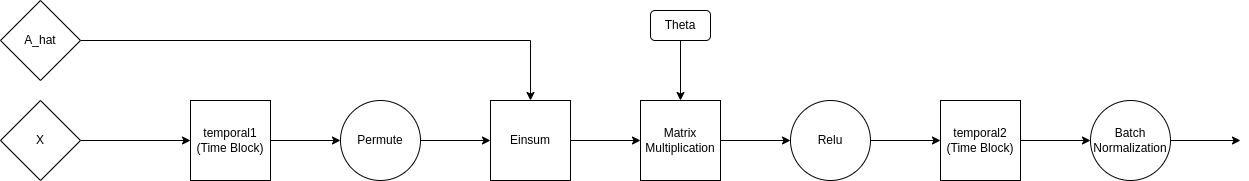
Before: diagrams/spatial_block.png, a diagram exported from draw.io (oscarcrowley1/thesis). Source tidied: cells renumbered, new cells last; positions are measured from the earlier drawing's top-left corner, leaving out a move shared by most shapes. Its diagram source:
```xml
<mxGraphModel>
  <root>
    <mxCell id="0" />
    <mxCell id="1" parent="0" />
    <mxCell id="2" style="edgeStyle=orthogonalEdgeStyle;rounded=0;jettySize=auto;html=1;exitX=1;exitY=0.5;exitDx=0;exitDy=0;entryX=0;entryY=0.5;entryDx=0;entryDy=0;" parent="1" edge="1" source="4" target="6">
      <mxGeometry relative="1" as="geometry" />
    </mxCell>
    <mxCell id="3" style="edgeStyle=orthogonalEdgeStyle;rounded=0;jettySize=auto;html=1;entryX=0.5;entryY=0;entryDx=0;entryDy=0;" parent="1" edge="1" target="9">
      <mxGeometry relative="1" as="geometry">
        <mxPoint x="80" y="40" as="sourcePoint" />
      </mxGeometry>
    </mxCell>
    <mxCell id="4" value="temporal1&lt;br&gt;(Time Block)" style="whiteSpace=wrap;html=1;" parent="1" vertex="1">
      <mxGeometry x="190" y="100" width="80" height="80" as="geometry" />
    </mxCell>
    <mxCell id="5" style="edgeStyle=orthogonalEdgeStyle;rounded=0;jettySize=auto;html=1;exitX=1;exitY=0.5;exitDx=0;exitDy=0;entryX=0;entryY=0.5;entryDx=0;entryDy=0;" parent="1" edge="1" source="6" target="9">
      <mxGeometry relative="1" as="geometry" />
    </mxCell>
    <mxCell id="6" value="Permute" style="ellipse;whiteSpace=wrap;html=1;" parent="1" vertex="1">
      <mxGeometry x="340" y="100" width="80" height="80" as="geometry" />
    </mxCell>
    <mxCell id="7" style="edgeStyle=orthogonalEdgeStyle;rounded=0;jettySize=auto;html=1;exitX=1;exitY=0.5;exitDx=0;exitDy=0;entryX=0;entryY=0.5;entryDx=0;entryDy=0;" parent="1" edge="1" source="9" target="11">
      <mxGeometry relative="1" as="geometry" />
    </mxCell>
    <mxCell id="8" style="edgeStyle=orthogonalEdgeStyle;rounded=0;jettySize=auto;html=1;entryX=0.5;entryY=0;entryDx=0;entryDy=0;" parent="1" edge="1" target="11">
      <mxGeometry relative="1" as="geometry">
        <mxPoint x="680" y="40" as="sourcePoint" />
      </mxGeometry>
    </mxCell>
    <mxCell id="9" value="Einsum" style="whiteSpace=wrap;html=1;" parent="1" vertex="1">
      <mxGeometry x="490" y="100" width="80" height="80" as="geometry" />
    </mxCell>
    <mxCell id="10" style="edgeStyle=orthogonalEdgeStyle;rounded=0;jettySize=auto;html=1;exitX=1;exitY=0.5;exitDx=0;exitDy=0;entryX=0;entryY=0.5;entryDx=0;entryDy=0;" parent="1" edge="1" source="11" target="13">
      <mxGeometry relative="1" as="geometry" />
    </mxCell>
    <mxCell id="11" value="Matrix Multiplication" style="whiteSpace=wrap;html=1;" parent="1" vertex="1">
      <mxGeometry x="640" y="100" width="80" height="80" as="geometry" />
    </mxCell>
    <mxCell id="12" style="edgeStyle=orthogonalEdgeStyle;rounded=0;jettySize=auto;html=1;exitX=1;exitY=0.5;exitDx=0;exitDy=0;entryX=0;entryY=0.5;entryDx=0;entryDy=0;" parent="1" edge="1" source="13" target="15">
      <mxGeometry relative="1" as="geometry" />
    </mxCell>
    <mxCell id="13" value="Relu" style="ellipse;whiteSpace=wrap;html=1;" parent="1" vertex="1">
      <mxGeometry x="790" y="100" width="80" height="80" as="geometry" />
    </mxCell>
    <mxCell id="14" style="edgeStyle=orthogonalEdgeStyle;rounded=0;jettySize=auto;html=1;exitX=1;exitY=0.5;exitDx=0;exitDy=0;entryX=0;entryY=0.5;entryDx=0;entryDy=0;" parent="1" edge="1" source="15" target="17">
      <mxGeometry relative="1" as="geometry" />
    </mxCell>
    <mxCell id="15" value="&lt;span&gt;temporal2&lt;/span&gt;&lt;br&gt;&lt;span&gt;(Time Block)&lt;/span&gt;" style="whiteSpace=wrap;html=1;" parent="1" vertex="1">
      <mxGeometry x="940" y="100" width="80" height="80" as="geometry" />
    </mxCell>
    <mxCell id="16" style="edgeStyle=orthogonalEdgeStyle;rounded=0;jettySize=auto;html=1;exitX=1;exitY=0.5;exitDx=0;exitDy=0;" parent="1" edge="1" source="17">
      <mxGeometry relative="1" as="geometry">
        <mxPoint x="1240" y="140" as="targetPoint" />
      </mxGeometry>
    </mxCell>
    <mxCell id="17" value="Batch Normalization" style="ellipse;whiteSpace=wrap;html=1;" parent="1" vertex="1">
      <mxGeometry x="1090" y="100" width="80" height="80" as="geometry" />
    </mxCell>
    <mxCell id="18" style="edgeStyle=orthogonalEdgeStyle;rounded=0;jettySize=auto;html=1;entryX=0;entryY=0.5;entryDx=0;entryDy=0;" parent="1" edge="1" target="4">
      <mxGeometry relative="1" as="geometry">
        <mxPoint x="80" y="140" as="sourcePoint" />
      </mxGeometry>
    </mxCell>
    <mxCell id="19" value="A_hat" style="rhombus;whiteSpace=wrap;html=1;" parent="1" vertex="1">
      <mxGeometry width="80" height="80" as="geometry" />
    </mxCell>
    <mxCell id="20" value="X" style="rhombus;whiteSpace=wrap;html=1;" parent="1" vertex="1">
      <mxGeometry y="100" width="80" height="80" as="geometry" />
    </mxCell>
    <mxCell id="21" value="Theta" style="rounded=1;whiteSpace=wrap;html=1;" parent="1" vertex="1">
      <mxGeometry x="650" y="10" width="60" height="30" as="geometry" />
    </mxCell>
  </root>
</mxGraphModel>
```
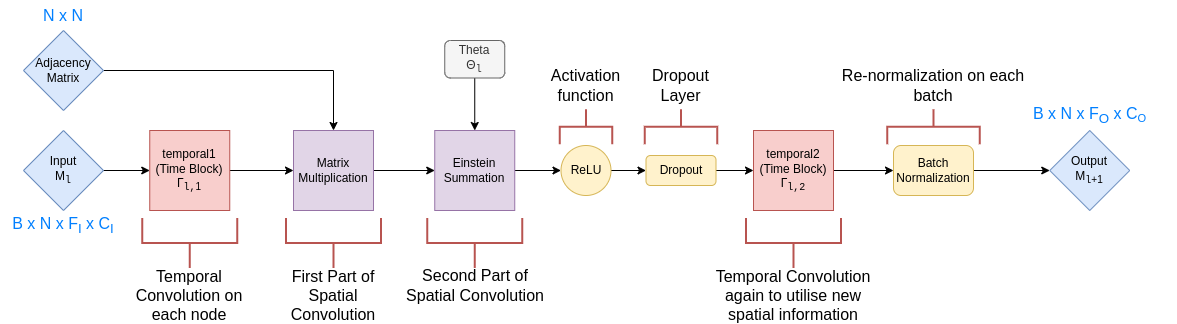
The same file after the commit.

Change to the diagram source:
```diff
@@ -1,74 +1,122 @@
-<mxGraphModel>
+<mxGraphModel math="1">
   <root>
     <mxCell id="0" />
     <mxCell id="1" parent="0" />
-    <mxCell id="2" style="edgeStyle=orthogonalEdgeStyle;rounded=0;jettySize=auto;html=1;exitX=1;exitY=0.5;exitDx=0;exitDy=0;entryX=0;entryY=0.5;entryDx=0;entryDy=0;" parent="1" edge="1" source="4" target="6">
+    <mxCell id="2" style="edgeStyle=orthogonalEdgeStyle;rounded=0;jettySize=auto;html=1;exitX=1;exitY=0.5;exitDx=0;exitDy=0;entryX=0;entryY=0.5;entryDx=0;entryDy=0;" parent="1" edge="1" source="4" target="9">
       <mxGeometry relative="1" as="geometry" />
     </mxCell>
-    <mxCell id="3" style="edgeStyle=orthogonalEdgeStyle;rounded=0;jettySize=auto;html=1;entryX=0.5;entryY=0;entryDx=0;entryDy=0;" parent="1" edge="1" target="9">
-      <mxGeometry relative="1" as="geometry">
-        <mxPoint x="80" y="40" as="sourcePoint" />
-      </mxGeometry>
+    <mxCell id="3" style="edgeStyle=orthogonalEdgeStyle;rounded=0;jettySize=auto;html=1;entryX=0.5;entryY=0;entryDx=0;entryDy=0;exitX=1;exitY=0.5;exitDx=0;exitDy=0;" parent="1" edge="1" source="19" target="9">
+      <mxGeometry relative="1" as="geometry" />
     </mxCell>
-    <mxCell id="4" value="temporal1&lt;br&gt;(Time Block)" style="whiteSpace=wrap;html=1;" parent="1" vertex="1">
-      <mxGeometry x="190" y="100" width="80" height="80" as="geometry" />
+    <mxCell id="4" value="temporal1&lt;br&gt;(Time Block)&lt;br&gt;&lt;span dir=&quot;ltr&quot; style=&quot;box-sizing: border-box ; color: transparent ; cursor: text ; position: absolute ; transform-origin: 0px 0px ; background-color: rgb(255 , 255 , 255) ; left: 191.446px ; top: 737.417px ; font-size: 13.5582px ; font-family: sans-serif ; transform: scalex(1.19086)&quot;&gt;Γ&lt;/span&gt;&lt;span dir=&quot;ltr&quot; style=&quot;box-sizing: border-box ; color: transparent ; cursor: text ; position: absolute ; transform-origin: 0px 0px ; background-color: rgb(255 , 255 , 255) ; left: 214.23px ; top: 742.615px ; font-size: 9.90549px ; font-family: sans-serif&quot;&gt;l&lt;/span&gt;&lt;span dir=&quot;ltr&quot; style=&quot;box-sizing: border-box ; color: transparent ; cursor: text ; position: absolute ; transform-origin: 0px 0px ; background-color: rgb(255 , 255 , 255) ; left: 217.372px ; top: 746.016px ; font-size: 7.42914px ; font-family: sans-serif&quot;&gt;1&lt;/span&gt;&lt;div&gt;&lt;span dir=&quot;ltr&quot; style=&quot;box-sizing: border-box ; color: transparent ; cursor: text ; position: absolute ; transform-origin: 0px 0px ; background-color: rgb(255 , 255 , 255) ; left: 191.446px ; top: 737.417px ; font-size: 13.5582px ; font-family: sans-serif ; transform: scalex(1.19086)&quot;&gt;Γ&lt;/span&gt;&lt;span dir=&quot;ltr&quot; style=&quot;box-sizing: border-box ; color: transparent ; cursor: text ; position: absolute ; transform-origin: 0px 0px ; background-color: rgb(255 , 255 , 255) ; left: 214.23px ; top: 742.615px ; font-size: 9.90549px ; font-family: sans-serif&quot;&gt;l&lt;/span&gt;&lt;span dir=&quot;ltr&quot; style=&quot;box-sizing: border-box ; color: transparent ; cursor: text ; position: absolute ; transform-origin: 0px 0px ; background-color: rgb(255 , 255 , 255) ; left: 217.372px ; top: 746.016px ; font-size: 7.42914px ; font-family: sans-serif&quot;&gt;1&lt;/span&gt;&lt;/div&gt;&lt;div&gt;Γ&lt;sub&gt;&lt;font face=&quot;Courier New&quot;&gt;l,&lt;/font&gt;1&lt;/sub&gt;&lt;br&gt;&lt;/div&gt;" style="whiteSpace=wrap;html=1;fillColor=#f8cecc;strokeColor=#b85450;" parent="1" vertex="1">
+      <mxGeometry x="316.2" y="100" width="80" height="80" as="geometry" />
     </mxCell>
-    <mxCell id="5" style="edgeStyle=orthogonalEdgeStyle;rounded=0;jettySize=auto;html=1;exitX=1;exitY=0.5;exitDx=0;exitDy=0;entryX=0;entryY=0.5;entryDx=0;entryDy=0;" parent="1" edge="1" source="6" target="9">
-      <mxGeometry relative="1" as="geometry" />
-    </mxCell>
-    <mxCell id="6" value="Permute" style="ellipse;whiteSpace=wrap;html=1;" parent="1" vertex="1">
-      <mxGeometry x="340" y="100" width="80" height="80" as="geometry" />
-    </mxCell>
     <mxCell id="7" style="edgeStyle=orthogonalEdgeStyle;rounded=0;jettySize=auto;html=1;exitX=1;exitY=0.5;exitDx=0;exitDy=0;entryX=0;entryY=0.5;entryDx=0;entryDy=0;" parent="1" edge="1" source="9" target="11">
       <mxGeometry relative="1" as="geometry" />
     </mxCell>
-    <mxCell id="8" style="edgeStyle=orthogonalEdgeStyle;rounded=0;jettySize=auto;html=1;entryX=0.5;entryY=0;entryDx=0;entryDy=0;" parent="1" edge="1" target="11">
-      <mxGeometry relative="1" as="geometry">
-        <mxPoint x="680" y="40" as="sourcePoint" />
-      </mxGeometry>
+    <mxCell id="8" style="edgeStyle=orthogonalEdgeStyle;rounded=0;jettySize=auto;html=1;entryX=0.5;entryY=0;entryDx=0;entryDy=0;startArrow=none;" parent="1" edge="1" source="21" target="11">
+      <mxGeometry relative="1" as="geometry" />
     </mxCell>
-    <mxCell id="9" value="Einsum" style="whiteSpace=wrap;html=1;" parent="1" vertex="1">
-      <mxGeometry x="490" y="100" width="80" height="80" as="geometry" />
+    <mxCell id="9" value="Matrix Multiplication" style="whiteSpace=wrap;html=1;fillColor=#e1d5e7;strokeColor=#9673a6;" parent="1" vertex="1">
+      <mxGeometry x="460" y="100" width="80" height="80" as="geometry" />
     </mxCell>
     <mxCell id="10" style="edgeStyle=orthogonalEdgeStyle;rounded=0;jettySize=auto;html=1;exitX=1;exitY=0.5;exitDx=0;exitDy=0;entryX=0;entryY=0.5;entryDx=0;entryDy=0;" parent="1" edge="1" source="11" target="13">
       <mxGeometry relative="1" as="geometry" />
     </mxCell>
-    <mxCell id="11" value="Matrix Multiplication" style="whiteSpace=wrap;html=1;" parent="1" vertex="1">
-      <mxGeometry x="640" y="100" width="80" height="80" as="geometry" />
+    <mxCell id="11" value="Einstein&lt;br&gt;Summation" style="whiteSpace=wrap;html=1;fillColor=#e1d5e7;strokeColor=#9673a6;" parent="1" vertex="1">
+      <mxGeometry x="601.2" y="100" width="80" height="80" as="geometry" />
     </mxCell>
-    <mxCell id="12" style="edgeStyle=orthogonalEdgeStyle;rounded=0;jettySize=auto;html=1;exitX=1;exitY=0.5;exitDx=0;exitDy=0;entryX=0;entryY=0.5;entryDx=0;entryDy=0;" parent="1" edge="1" source="13" target="15">
-      <mxGeometry relative="1" as="geometry" />
-    </mxCell>
+    <mxCell id="22" style="edgeStyle=orthogonalEdgeStyle;rounded=0;jettySize=auto;html=1;exitX=1;exitY=0.5;exitDx=0;exitDy=0;" parent="1" edge="1" source="13" target="39">
+      <mxGeometry relative="1" as="geometry" />
+    </mxCell>
-    <mxCell id="13" value="Relu" style="ellipse;whiteSpace=wrap;html=1;" parent="1" vertex="1">
-      <mxGeometry x="790" y="100" width="80" height="80" as="geometry" />
+    <mxCell id="13" value="ReLU" style="ellipse;whiteSpace=wrap;html=1;fillColor=#fff2cc;strokeColor=#d6b656;" parent="1" vertex="1">
+      <mxGeometry x="727.5" y="115" width="50" height="50" as="geometry" />
     </mxCell>
     <mxCell id="14" style="edgeStyle=orthogonalEdgeStyle;rounded=0;jettySize=auto;html=1;exitX=1;exitY=0.5;exitDx=0;exitDy=0;entryX=0;entryY=0.5;entryDx=0;entryDy=0;" parent="1" edge="1" source="15" target="17">
       <mxGeometry relative="1" as="geometry" />
     </mxCell>
-    <mxCell id="15" value="&lt;span&gt;temporal2&lt;/span&gt;&lt;br&gt;&lt;span&gt;(Time Block)&lt;/span&gt;" style="whiteSpace=wrap;html=1;" parent="1" vertex="1">
-      <mxGeometry x="940" y="100" width="80" height="80" as="geometry" />
+    <mxCell id="15" value="&lt;span&gt;temporal2&lt;/span&gt;&lt;br&gt;&lt;span&gt;(Time Block)&lt;br&gt;&lt;/span&gt;Γ&lt;sub&gt;&lt;font face=&quot;Courier New&quot;&gt;l,2&lt;/font&gt;&lt;/sub&gt;&lt;span&gt;&lt;br&gt;&lt;/span&gt;" style="whiteSpace=wrap;html=1;fillColor=#f8cecc;strokeColor=#b85450;" parent="1" vertex="1">
+      <mxGeometry x="920" y="100" width="80" height="80" as="geometry" />
     </mxCell>
-    <mxCell id="16" style="edgeStyle=orthogonalEdgeStyle;rounded=0;jettySize=auto;html=1;exitX=1;exitY=0.5;exitDx=0;exitDy=0;" parent="1" edge="1" source="17">
-      <mxGeometry relative="1" as="geometry">
-        <mxPoint x="1240" y="140" as="targetPoint" />
-      </mxGeometry>
-    </mxCell>
-    <mxCell id="17" value="Batch Normalization" style="ellipse;whiteSpace=wrap;html=1;" parent="1" vertex="1">
-      <mxGeometry x="1090" y="100" width="80" height="80" as="geometry" />
-    </mxCell>
     <mxCell id="18" style="edgeStyle=orthogonalEdgeStyle;rounded=0;jettySize=auto;html=1;entryX=0;entryY=0.5;entryDx=0;entryDy=0;" parent="1" edge="1" target="4">
       <mxGeometry relative="1" as="geometry">
-        <mxPoint x="80" y="140" as="sourcePoint" />
+        <mxPoint x="230" y="140" as="sourcePoint" />
       </mxGeometry>
     </mxCell>
-    <mxCell id="19" value="A_hat" style="rhombus;whiteSpace=wrap;html=1;" parent="1" vertex="1">
-      <mxGeometry width="80" height="80" as="geometry" />
+    <mxCell id="19" value="Adjacency&lt;br&gt;Matrix" style="rhombus;whiteSpace=wrap;html=1;fillColor=#dae8fc;strokeColor=#6c8ebf;" parent="1" vertex="1">
+      <mxGeometry x="190" width="80" height="80" as="geometry" />
     </mxCell>
-    <mxCell id="20" value="X" style="rhombus;whiteSpace=wrap;html=1;" parent="1" vertex="1">
-      <mxGeometry y="100" width="80" height="80" as="geometry" />
+    <mxCell id="20" value="Input&lt;br&gt;M&lt;sub&gt;&lt;font face=&quot;Courier New&quot;&gt;l&lt;/font&gt;&lt;/sub&gt;" style="rhombus;whiteSpace=wrap;html=1;fillColor=#dae8fc;strokeColor=#6c8ebf;" parent="1" vertex="1">
+      <mxGeometry x="190" y="100" width="80" height="80" as="geometry" />
     </mxCell>
-    <mxCell id="21" value="Theta" style="rounded=1;whiteSpace=wrap;html=1;" parent="1" vertex="1">
-      <mxGeometry x="650" y="10" width="60" height="30" as="geometry" />
+    <mxCell id="21" value="Theta&lt;br&gt;Θ&lt;sub&gt;&lt;font face=&quot;Courier New&quot;&gt;l&lt;/font&gt;&lt;/sub&gt;" style="rounded=1;whiteSpace=wrap;html=1;fillColor=#f5f5f5;fontColor=#333333;strokeColor=#666666;" parent="1" vertex="1">
+      <mxGeometry x="611.2" y="10" width="60" height="37.5" as="geometry" />
     </mxCell>
+    <mxCell id="23" style="strokeWidth=2;html=1;shape=mxgraph.flowchart.annotation_2;align=left;labelPosition=right;rotation=-90;fillColor=#f8cecc;strokeColor=#b85450;" parent="1" vertex="1">
+      <mxGeometry x="331.2" y="165" width="50" height="95" as="geometry" />
+    </mxCell>
+    <mxCell id="24" value="&lt;font style=&quot;font-size: 16px&quot;&gt;Temporal Convolution on each node&lt;/font&gt;" style="text;html=1;strokeColor=none;fillColor=none;align=center;verticalAlign=middle;whiteSpace=wrap;rounded=0;" parent="1" vertex="1">
+      <mxGeometry x="296.2" y="250" width="120" height="30" as="geometry" />
+    </mxCell>
+    <mxCell id="25" style="strokeWidth=2;html=1;shape=mxgraph.flowchart.annotation_2;align=left;labelPosition=right;rotation=-90;fillColor=#f8cecc;strokeColor=#b85450;" parent="1" vertex="1">
+      <mxGeometry x="475" y="165" width="50" height="95" as="geometry" />
+    </mxCell>
+    <mxCell id="26" value="&lt;span style=&quot;font-size: 16px&quot;&gt;First Part of Spatial Convolution&lt;/span&gt;" style="text;html=1;strokeColor=none;fillColor=none;align=center;verticalAlign=middle;whiteSpace=wrap;rounded=0;" parent="1" vertex="1">
+      <mxGeometry x="435" y="250" width="130" height="30" as="geometry" />
+    </mxCell>
+    <mxCell id="27" style="strokeWidth=2;html=1;shape=mxgraph.flowchart.annotation_2;align=left;labelPosition=right;rotation=-90;fillColor=#f8cecc;strokeColor=#b85450;" parent="1" vertex="1">
+      <mxGeometry x="935" y="165" width="50" height="95" as="geometry" />
+    </mxCell>
+    <mxCell id="28" value="&lt;span style=&quot;font-size: 16px&quot;&gt;Temporal Convolution again to utilise new spatial information&lt;/span&gt;" style="text;html=1;strokeColor=none;fillColor=none;align=center;verticalAlign=middle;whiteSpace=wrap;rounded=0;" parent="1" vertex="1">
+      <mxGeometry x="870.2" y="250" width="179.7" height="30" as="geometry" />
+    </mxCell>
+    <mxCell id="29" style="strokeWidth=2;html=1;shape=mxgraph.flowchart.annotation_2;align=left;labelPosition=right;rotation=-90;fillColor=#f8cecc;strokeColor=#b85450;" parent="1" vertex="1">
+      <mxGeometry x="616.2" y="165" width="50" height="95" as="geometry" />
+    </mxCell>
+    <mxCell id="30" value="&lt;span style=&quot;font-size: 16px&quot;&gt;Second Part of Spatial Convolution&lt;/span&gt;" style="text;html=1;strokeColor=none;fillColor=none;align=center;verticalAlign=middle;whiteSpace=wrap;rounded=0;" parent="1" vertex="1">
+      <mxGeometry x="562.5" y="240" width="157.5" height="30" as="geometry" />
+    </mxCell>
+    <mxCell id="31" style="strokeWidth=2;html=1;shape=mxgraph.flowchart.annotation_2;align=left;labelPosition=right;rotation=90;fillColor=#f8cecc;strokeColor=#b85450;" parent="1" vertex="1">
+      <mxGeometry x="735" y="70" width="35" height="52.5" as="geometry" />
+    </mxCell>
+    <mxCell id="32" value="&lt;span style=&quot;font-size: 16px&quot;&gt;Activation function&lt;/span&gt;" style="text;html=1;strokeColor=none;fillColor=none;align=center;verticalAlign=middle;whiteSpace=wrap;rounded=0;" parent="1" vertex="1">
+      <mxGeometry x="696.2" y="40" width="112.5" height="30" as="geometry" />
+    </mxCell>
+    <mxCell id="33" value="&lt;span style=&quot;font-size: 16px&quot;&gt;Re-normalization on each batch&lt;/span&gt;" style="text;html=1;strokeColor=none;fillColor=none;align=center;verticalAlign=middle;whiteSpace=wrap;rounded=0;" parent="1" vertex="1">
+      <mxGeometry x="1000" y="40" width="200.3" height="30" as="geometry" />
+    </mxCell>
+    <mxCell id="34" value="Output&lt;br&gt;M&lt;sub&gt;&lt;font face=&quot;Courier New&quot;&gt;l&lt;/font&gt;+1&lt;/sub&gt;" style="rhombus;whiteSpace=wrap;html=1;fillColor=#dae8fc;strokeColor=#6c8ebf;" parent="1" vertex="1">
+      <mxGeometry x="1216.2" y="100" width="80" height="80" as="geometry" />
+    </mxCell>
+    <mxCell id="35" value="&lt;font color=&quot;#007fff&quot;&gt;N x N&lt;br&gt;&lt;/font&gt;" style="text;html=1;strokeColor=none;fillColor=none;align=center;verticalAlign=middle;whiteSpace=wrap;rounded=0;fontSize=16;" parent="1" vertex="1">
+      <mxGeometry x="200" y="-30" width="60" height="30" as="geometry" />
+    </mxCell>
+    <mxCell id="36" value="&lt;font color=&quot;#007fff&quot;&gt;B x N x F&lt;sub&gt;I&lt;/sub&gt; x C&lt;sub&gt;I&lt;/sub&gt;&lt;/font&gt;&lt;font color=&quot;#007fff&quot;&gt;&lt;br&gt;&lt;/font&gt;" style="text;html=1;strokeColor=none;fillColor=none;align=center;verticalAlign=middle;whiteSpace=wrap;rounded=0;fontSize=16;" parent="1" vertex="1">
+      <mxGeometry x="166.9" y="180" width="126.2" height="30" as="geometry" />
+    </mxCell>
+    <mxCell id="37" value="&lt;font color=&quot;#007fff&quot;&gt;B x N x F&lt;sub&gt;O&lt;/sub&gt; x C&lt;span style=&quot;font-size: 13.3333px&quot;&gt;&lt;sub&gt;O&lt;/sub&gt;&lt;/span&gt;&lt;/font&gt;&lt;font color=&quot;#007fff&quot;&gt;&lt;br&gt;&lt;/font&gt;" style="text;html=1;strokeColor=none;fillColor=none;align=center;verticalAlign=middle;whiteSpace=wrap;rounded=0;fontSize=16;" parent="1" vertex="1">
+      <mxGeometry x="1170" y="70" width="172.5" height="30" as="geometry" />
+    </mxCell>
+    <mxCell id="38" style="edgeStyle=orthogonalEdgeStyle;rounded=0;jettySize=auto;html=1;exitX=1;exitY=0.5;exitDx=0;exitDy=0;entryX=0;entryY=0.5;entryDx=0;entryDy=0;" parent="1" edge="1" source="39" target="15">
+      <mxGeometry relative="1" as="geometry" />
+    </mxCell>
+    <mxCell id="39" value="Dropout" style="rounded=1;whiteSpace=wrap;html=1;fillColor=#fff2cc;strokeColor=#d6b656;" parent="1" vertex="1">
+      <mxGeometry x="812.5" y="125" width="70" height="30" as="geometry" />
+    </mxCell>
+    <mxCell id="40" style="edgeStyle=orthogonalEdgeStyle;rounded=0;jettySize=auto;html=1;" parent="1" edge="1" source="17" target="34">
+      <mxGeometry relative="1" as="geometry" />
+    </mxCell>
+    <mxCell id="17" value="Batch Normalization" style="rounded=1;whiteSpace=wrap;html=1;fillColor=#fff2cc;strokeColor=#d6b656;" parent="1" vertex="1">
+      <mxGeometry x="1060" y="115" width="80" height="50" as="geometry" />
+    </mxCell>
+    <mxCell id="41" style="strokeWidth=2;html=1;shape=mxgraph.flowchart.annotation_2;align=left;labelPosition=right;rotation=90;fillColor=#f8cecc;strokeColor=#b85450;" parent="1" vertex="1">
+      <mxGeometry x="830" y="60" width="35" height="72.5" as="geometry" />
+    </mxCell>
+    <mxCell id="42" value="&lt;span style=&quot;font-size: 16px&quot;&gt;Dropout Layer&lt;/span&gt;" style="text;html=1;strokeColor=none;fillColor=none;align=center;verticalAlign=middle;whiteSpace=wrap;rounded=0;" parent="1" vertex="1">
+      <mxGeometry x="803.1" y="40" width="88.8" height="30" as="geometry" />
+    </mxCell>
+    <mxCell id="43" style="strokeWidth=2;html=1;shape=mxgraph.flowchart.annotation_2;align=left;labelPosition=right;rotation=90;fillColor=#f8cecc;strokeColor=#b85450;" parent="1" vertex="1">
+      <mxGeometry x="1082.5" y="50" width="35" height="92.5" as="geometry" />
+    </mxCell>
   </root>
 </mxGraphModel>
```
